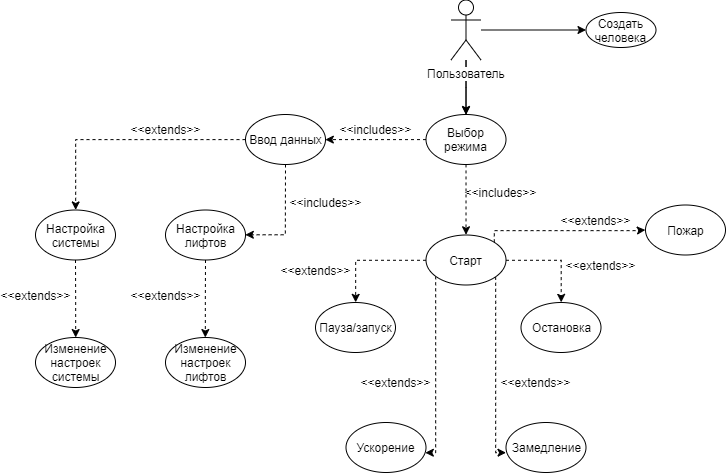
The draw.io diagram Use case.png in twad3n/Elevators, before a commit. Source tidied: cells renumbered, new cells last; positions are measured from the earlier drawing's top-left corner, leaving out a move shared by most shapes. Its diagram source:
```xml
<mxGraphModel>
  <root>
    <mxCell id="0" />
    <mxCell id="1" parent="0" />
    <mxCell id="2" style="edgeStyle=orthogonalEdgeStyle;rounded=0;jettySize=auto;html=1;" parent="1" edge="1" source="5">
      <mxGeometry relative="1" as="geometry">
        <mxPoint x="570.5" y="30.5" as="targetPoint" />
      </mxGeometry>
    </mxCell>
    <mxCell id="3" style="edgeStyle=orthogonalEdgeStyle;rounded=0;jettySize=auto;html=1;entryX=0.5;entryY=0;entryDx=0;entryDy=0;" parent="1" edge="1" source="5" target="19">
      <mxGeometry relative="1" as="geometry" />
    </mxCell>
    <mxCell id="4" style="edgeStyle=orthogonalEdgeStyle;rounded=0;jettySize=auto;html=1;" parent="1" edge="1" source="5" target="19">
      <mxGeometry relative="1" as="geometry" />
    </mxCell>
    <mxCell id="5" value="Пользователь" style="shape=umlActor;verticalLabelPosition=bottom;labelBackgroundColor=#ffffff;verticalAlign=top;html=1;outlineConnect=0;" parent="1" vertex="1">
      <mxGeometry x="435.5" y="0.5" width="30" height="60" as="geometry" />
    </mxCell>
    <mxCell id="6" value="Создать человека" style="ellipse;whiteSpace=wrap;html=1;" parent="1" vertex="1">
      <mxGeometry x="570.5" y="13" width="70" height="35" as="geometry" />
    </mxCell>
    <mxCell id="7" style="edgeStyle=orthogonalEdgeStyle;rounded=0;jettySize=auto;html=1;entryX=0;entryY=0.6;entryDx=0;entryDy=0;entryPerimeter=0;dashed=1;" parent="1" edge="1" source="12" target="15">
      <mxGeometry relative="1" as="geometry">
        <Array as="points">
          <mxPoint x="480" y="303" />
          <mxPoint x="480" y="303" />
        </Array>
      </mxGeometry>
    </mxCell>
    <mxCell id="8" style="edgeStyle=orthogonalEdgeStyle;rounded=0;jettySize=auto;html=1;entryX=0.5;entryY=0;entryDx=0;entryDy=0;dashed=1;" parent="1" edge="1" source="12" target="13">
      <mxGeometry relative="1" as="geometry">
        <Array as="points">
          <mxPoint x="340" y="260" />
        </Array>
      </mxGeometry>
    </mxCell>
    <mxCell id="9" style="edgeStyle=orthogonalEdgeStyle;rounded=0;jettySize=auto;html=1;entryX=0.5;entryY=0;entryDx=0;entryDy=0;dashed=1;" parent="1" edge="1" source="12" target="14">
      <mxGeometry relative="1" as="geometry">
        <Array as="points">
          <mxPoint x="545" y="260" />
        </Array>
      </mxGeometry>
    </mxCell>
    <mxCell id="10" style="edgeStyle=orthogonalEdgeStyle;rounded=0;jettySize=auto;html=1;exitX=1;exitY=0;exitDx=0;exitDy=0;entryX=0;entryY=0.5;entryDx=0;entryDy=0;dashed=1;" parent="1" edge="1" source="12" target="29">
      <mxGeometry relative="1" as="geometry">
        <Array as="points">
          <mxPoint x="479" y="231" />
          <mxPoint x="620" y="231" />
        </Array>
      </mxGeometry>
    </mxCell>
    <mxCell id="11" style="edgeStyle=orthogonalEdgeStyle;rounded=0;jettySize=auto;html=1;entryX=0.994;entryY=0.6;entryDx=0;entryDy=0;entryPerimeter=0;dashed=1;" parent="1" edge="1" source="12" target="16">
      <mxGeometry relative="1" as="geometry">
        <Array as="points">
          <mxPoint x="420" y="453" />
        </Array>
      </mxGeometry>
    </mxCell>
    <mxCell id="12" value="Старт" style="ellipse;whiteSpace=wrap;html=1;" parent="1" vertex="1">
      <mxGeometry x="410.5" y="235.5" width="80" height="50" as="geometry" />
    </mxCell>
    <mxCell id="13" value="Пауза/запуск" style="ellipse;whiteSpace=wrap;html=1;" parent="1" vertex="1">
      <mxGeometry x="300" y="303" width="80" height="50" as="geometry" />
    </mxCell>
    <mxCell id="14" value="Остановка" style="ellipse;whiteSpace=wrap;html=1;" parent="1" vertex="1">
      <mxGeometry x="505.5" y="303" width="80" height="50" as="geometry" />
    </mxCell>
    <mxCell id="15" value="Замедление" style="ellipse;whiteSpace=wrap;html=1;" parent="1" vertex="1">
      <mxGeometry x="490.5" y="423" width="80" height="50" as="geometry" />
    </mxCell>
    <mxCell id="16" value="Ускорение" style="ellipse;whiteSpace=wrap;html=1;" parent="1" vertex="1">
      <mxGeometry x="330.5" y="423" width="80" height="50" as="geometry" />
    </mxCell>
    <mxCell id="17" style="edgeStyle=orthogonalEdgeStyle;rounded=0;jettySize=auto;html=1;exitX=0.5;exitY=1;exitDx=0;exitDy=0;entryX=0.5;entryY=0;entryDx=0;entryDy=0;dashed=1;" parent="1" edge="1" source="19" target="12">
      <mxGeometry relative="1" as="geometry" />
    </mxCell>
    <mxCell id="18" style="edgeStyle=orthogonalEdgeStyle;rounded=0;jettySize=auto;html=1;entryX=1;entryY=0.5;entryDx=0;entryDy=0;dashed=1;" parent="1" edge="1" source="19" target="22">
      <mxGeometry relative="1" as="geometry" />
    </mxCell>
    <mxCell id="19" value="Выбор режима" style="ellipse;whiteSpace=wrap;html=1;" parent="1" vertex="1">
      <mxGeometry x="410.5" y="115" width="80" height="50" as="geometry" />
    </mxCell>
    <mxCell id="20" style="edgeStyle=orthogonalEdgeStyle;rounded=0;jettySize=auto;html=1;dashed=1;entryX=1;entryY=0.5;entryDx=0;entryDy=0;" parent="1" edge="1" source="22" target="33">
      <mxGeometry relative="1" as="geometry">
        <Array as="points">
          <mxPoint x="270" y="235" />
        </Array>
      </mxGeometry>
    </mxCell>
    <mxCell id="21" style="edgeStyle=orthogonalEdgeStyle;rounded=0;jettySize=auto;html=1;entryX=0.5;entryY=0;entryDx=0;entryDy=0;dashed=1;" parent="1" edge="1" source="22" target="35">
      <mxGeometry relative="1" as="geometry" />
    </mxCell>
    <mxCell id="22" value="Ввод данных" style="ellipse;whiteSpace=wrap;html=1;" parent="1" vertex="1">
      <mxGeometry x="230" y="115" width="80" height="50" as="geometry" />
    </mxCell>
    <mxCell id="23" value="&amp;lt;&amp;lt;includes&amp;gt;&amp;gt;" style="text;html=1;strokeColor=none;fillColor=none;align=center;verticalAlign=middle;whiteSpace=wrap;rounded=0;" parent="1" vertex="1">
      <mxGeometry x="340" y="120" width="40" height="20" as="geometry" />
    </mxCell>
    <mxCell id="24" value="&amp;lt;&amp;lt;extends&amp;gt;&amp;gt;" style="text;html=1;strokeColor=none;fillColor=none;align=center;verticalAlign=middle;whiteSpace=wrap;rounded=0;" parent="1" vertex="1">
      <mxGeometry x="565.5" y="255.5" width="40" height="20" as="geometry" />
    </mxCell>
    <mxCell id="25" value="&amp;lt;&amp;lt;extends&amp;gt;&amp;gt;" style="text;html=1;strokeColor=none;fillColor=none;align=center;verticalAlign=middle;whiteSpace=wrap;rounded=0;" parent="1" vertex="1">
      <mxGeometry x="280" y="260.5" width="40" height="20" as="geometry" />
    </mxCell>
    <mxCell id="26" value="&amp;lt;&amp;lt;extends&amp;gt;&amp;gt;" style="text;html=1;strokeColor=none;fillColor=none;align=center;verticalAlign=middle;whiteSpace=wrap;rounded=0;" parent="1" vertex="1">
      <mxGeometry x="360" y="373" width="40" height="20" as="geometry" />
    </mxCell>
    <mxCell id="27" value="&amp;lt;&amp;lt;extends&amp;gt;&amp;gt;" style="text;html=1;strokeColor=none;fillColor=none;align=center;verticalAlign=middle;whiteSpace=wrap;rounded=0;direction=west;" parent="1" vertex="1">
      <mxGeometry x="500" y="373" width="40" height="20" as="geometry" />
    </mxCell>
    <mxCell id="28" value="&amp;lt;&amp;lt;includes&amp;gt;&amp;gt;" style="text;html=1;strokeColor=none;fillColor=none;align=center;verticalAlign=middle;whiteSpace=wrap;rounded=0;" parent="1" vertex="1">
      <mxGeometry x="465.5" y="183" width="40" height="20" as="geometry" />
    </mxCell>
    <mxCell id="29" value="Пожар" style="ellipse;whiteSpace=wrap;html=1;" parent="1" vertex="1">
      <mxGeometry x="630" y="205.5" width="80" height="50" as="geometry" />
    </mxCell>
    <mxCell id="30" value="&amp;lt;&amp;lt;extends&amp;gt;&amp;gt;" style="text;html=1;strokeColor=none;fillColor=none;align=center;verticalAlign=middle;whiteSpace=wrap;rounded=0;" parent="1" vertex="1">
      <mxGeometry x="560" y="210.5" width="40" height="20" as="geometry" />
    </mxCell>
    <mxCell id="31" value="&amp;lt;&amp;lt;includes&amp;gt;&amp;gt;" style="text;html=1;strokeColor=none;fillColor=none;align=center;verticalAlign=middle;whiteSpace=wrap;rounded=0;" parent="1" vertex="1">
      <mxGeometry x="290" y="193" width="40" height="20" as="geometry" />
    </mxCell>
    <mxCell id="32" style="edgeStyle=orthogonalEdgeStyle;rounded=0;jettySize=auto;html=1;entryX=0.5;entryY=0;entryDx=0;entryDy=0;dashed=1;" parent="1" edge="1" source="33" target="38">
      <mxGeometry relative="1" as="geometry" />
    </mxCell>
    <mxCell id="33" value="Настройка лифтов" style="ellipse;whiteSpace=wrap;html=1;" parent="1" vertex="1">
      <mxGeometry x="150" y="210.5" width="80" height="50" as="geometry" />
    </mxCell>
    <mxCell id="34" style="edgeStyle=orthogonalEdgeStyle;rounded=0;jettySize=auto;html=1;entryX=0.5;entryY=0;entryDx=0;entryDy=0;dashed=1;" parent="1" edge="1" source="35" target="37">
      <mxGeometry relative="1" as="geometry" />
    </mxCell>
    <mxCell id="35" value="Настройка системы" style="ellipse;whiteSpace=wrap;html=1;" parent="1" vertex="1">
      <mxGeometry x="20" y="210.5" width="80" height="50" as="geometry" />
    </mxCell>
    <mxCell id="36" value="&amp;lt;&amp;lt;extends&amp;gt;&amp;gt;" style="text;html=1;strokeColor=none;fillColor=none;align=center;verticalAlign=middle;whiteSpace=wrap;rounded=0;" parent="1" vertex="1">
      <mxGeometry x="130" y="120" width="40" height="20" as="geometry" />
    </mxCell>
    <mxCell id="37" value="Изменение настроек системы" style="ellipse;whiteSpace=wrap;html=1;" parent="1" vertex="1">
      <mxGeometry x="20" y="338" width="80" height="50" as="geometry" />
    </mxCell>
    <mxCell id="38" value="Изменение настроек лифтов" style="ellipse;whiteSpace=wrap;html=1;" parent="1" vertex="1">
      <mxGeometry x="150" y="338" width="80" height="50" as="geometry" />
    </mxCell>
    <mxCell id="39" value="&amp;lt;&amp;lt;extends&amp;gt;&amp;gt;" style="text;html=1;strokeColor=none;fillColor=none;align=center;verticalAlign=middle;whiteSpace=wrap;rounded=0;" parent="1" vertex="1">
      <mxGeometry y="285.5" width="40" height="20" as="geometry" />
    </mxCell>
    <mxCell id="40" value="&amp;lt;&amp;lt;extends&amp;gt;&amp;gt;" style="text;html=1;strokeColor=none;fillColor=none;align=center;verticalAlign=middle;whiteSpace=wrap;rounded=0;" parent="1" vertex="1">
      <mxGeometry x="130" y="285.5" width="40" height="20" as="geometry" />
    </mxCell>
  </root>
</mxGraphModel>
```
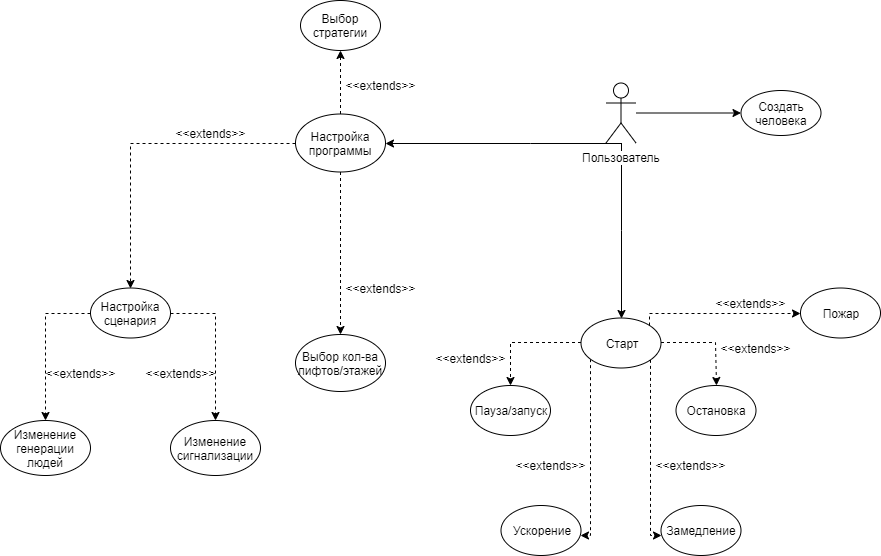
The same diagram one commit later.

The edit, as a diff of the source:
```diff
@@ -7,17 +7,22 @@
         <mxPoint x="570.5" y="30.5" as="targetPoint" />
       </mxGeometry>
     </mxCell>
-    <mxCell id="3" style="edgeStyle=orthogonalEdgeStyle;rounded=0;jettySize=auto;html=1;entryX=0.5;entryY=0;entryDx=0;entryDy=0;" parent="1" edge="1" source="5" target="19">
-      <mxGeometry relative="1" as="geometry" />
-    </mxCell>
-    <mxCell id="4" style="edgeStyle=orthogonalEdgeStyle;rounded=0;jettySize=auto;html=1;" parent="1" edge="1" source="5" target="19">
-      <mxGeometry relative="1" as="geometry" />
-    </mxCell>
+    <mxCell id="41" style="edgeStyle=orthogonalEdgeStyle;rounded=0;jettySize=auto;html=1;entryX=0.5;entryY=0;entryDx=0;entryDy=0;" parent="1" edge="1" source="5" target="12">
+      <mxGeometry relative="1" as="geometry" />
+    </mxCell>
+    <mxCell id="42" style="edgeStyle=orthogonalEdgeStyle;rounded=0;jettySize=auto;html=1;entryX=1;entryY=0.5;entryDx=0;entryDy=0;" parent="1" edge="1" source="5" target="22">
+      <mxGeometry relative="1" as="geometry">
+        <Array as="points">
+          <mxPoint x="360" y="61" />
+          <mxPoint x="360" y="61" />
+        </Array>
+      </mxGeometry>
+    </mxCell>
     <mxCell id="5" value="Пользователь" style="shape=umlActor;verticalLabelPosition=bottom;labelBackgroundColor=#ffffff;verticalAlign=top;html=1;outlineConnect=0;" parent="1" vertex="1">
       <mxGeometry x="435.5" y="0.5" width="30" height="60" as="geometry" />
     </mxCell>
     <mxCell id="6" value="Создать человека" style="ellipse;whiteSpace=wrap;html=1;" parent="1" vertex="1">
-      <mxGeometry x="570.5" y="13" width="70" height="35" as="geometry" />
+      <mxGeometry x="570.5" y="8" width="80" height="45" as="geometry" />
     </mxCell>
     <mxCell id="7" style="edgeStyle=orthogonalEdgeStyle;rounded=0;jettySize=auto;html=1;entryX=0;entryY=0.6;entryDx=0;entryDy=0;entryPerimeter=0;dashed=1;" parent="1" edge="1" source="12" target="15">
       <mxGeometry relative="1" as="geometry">
@@ -71,36 +76,26 @@
     <mxCell id="16" value="Ускорение" style="ellipse;whiteSpace=wrap;html=1;" parent="1" vertex="1">
       <mxGeometry x="330.5" y="423" width="80" height="50" as="geometry" />
     </mxCell>
-    <mxCell id="17" style="edgeStyle=orthogonalEdgeStyle;rounded=0;jettySize=auto;html=1;exitX=0.5;exitY=1;exitDx=0;exitDy=0;entryX=0.5;entryY=0;entryDx=0;entryDy=0;dashed=1;" parent="1" edge="1" source="19" target="12">
-      <mxGeometry relative="1" as="geometry" />
-    </mxCell>
-    <mxCell id="18" style="edgeStyle=orthogonalEdgeStyle;rounded=0;jettySize=auto;html=1;entryX=1;entryY=0.5;entryDx=0;entryDy=0;dashed=1;" parent="1" edge="1" source="19" target="22">
-      <mxGeometry relative="1" as="geometry" />
-    </mxCell>
-    <mxCell id="19" value="Выбор режима" style="ellipse;whiteSpace=wrap;html=1;" parent="1" vertex="1">
-      <mxGeometry x="410.5" y="115" width="80" height="50" as="geometry" />
-    </mxCell>
+    <mxCell id="21" style="edgeStyle=orthogonalEdgeStyle;rounded=0;jettySize=auto;html=1;entryX=0.5;entryY=0;entryDx=0;entryDy=0;dashed=1;" parent="1" edge="1" source="22" target="35">
+      <mxGeometry relative="1" as="geometry" />
+    </mxCell>
-    <mxCell id="20" style="edgeStyle=orthogonalEdgeStyle;rounded=0;jettySize=auto;html=1;dashed=1;entryX=1;entryY=0.5;entryDx=0;entryDy=0;" parent="1" edge="1" source="22" target="33">
-      <mxGeometry relative="1" as="geometry">
-        <Array as="points">
-          <mxPoint x="270" y="235" />
-        </Array>
-      </mxGeometry>
+    <mxCell id="20" style="edgeStyle=orthogonalEdgeStyle;rounded=0;jettySize=auto;html=1;entryX=0.5;entryY=0;entryDx=0;entryDy=0;dashed=1;" parent="1" edge="1" source="22" target="33">
+      <mxGeometry relative="1" as="geometry" />
     </mxCell>
-    <mxCell id="21" style="edgeStyle=orthogonalEdgeStyle;rounded=0;jettySize=auto;html=1;entryX=0.5;entryY=0;entryDx=0;entryDy=0;dashed=1;" parent="1" edge="1" source="22" target="35">
-      <mxGeometry relative="1" as="geometry" />
-    </mxCell>
+    <mxCell id="43" style="edgeStyle=orthogonalEdgeStyle;rounded=0;jettySize=auto;html=1;entryX=0.5;entryY=1;entryDx=0;entryDy=0;dashed=1;" parent="1" edge="1" source="22" target="46">
+      <mxGeometry relative="1" as="geometry" />
+    </mxCell>
-    <mxCell id="22" value="Ввод данных" style="ellipse;whiteSpace=wrap;html=1;" parent="1" vertex="1">
-      <mxGeometry x="230" y="115" width="80" height="50" as="geometry" />
+    <mxCell id="22" value="Настройка программы" style="ellipse;whiteSpace=wrap;html=1;" parent="1" vertex="1">
+      <mxGeometry x="125" y="31.5" width="90" height="58" as="geometry" />
     </mxCell>
-    <mxCell id="23" value="&amp;lt;&amp;lt;includes&amp;gt;&amp;gt;" style="text;html=1;strokeColor=none;fillColor=none;align=center;verticalAlign=middle;whiteSpace=wrap;rounded=0;" parent="1" vertex="1">
-      <mxGeometry x="340" y="120" width="40" height="20" as="geometry" />
+    <mxCell id="23" value="&amp;lt;&amp;lt;extends&amp;gt;&amp;gt;" style="text;html=1;strokeColor=none;fillColor=none;align=center;verticalAlign=middle;whiteSpace=wrap;rounded=0;" parent="1" vertex="1">
+      <mxGeometry x="190" y="-7" width="40" height="20" as="geometry" />
     </mxCell>
     <mxCell id="24" value="&amp;lt;&amp;lt;extends&amp;gt;&amp;gt;" style="text;html=1;strokeColor=none;fillColor=none;align=center;verticalAlign=middle;whiteSpace=wrap;rounded=0;" parent="1" vertex="1">
       <mxGeometry x="565.5" y="255.5" width="40" height="20" as="geometry" />
     </mxCell>
     <mxCell id="25" value="&amp;lt;&amp;lt;extends&amp;gt;&amp;gt;" style="text;html=1;strokeColor=none;fillColor=none;align=center;verticalAlign=middle;whiteSpace=wrap;rounded=0;" parent="1" vertex="1">
-      <mxGeometry x="280" y="260.5" width="40" height="20" as="geometry" />
+      <mxGeometry x="280" y="265.5" width="40" height="20" as="geometry" />
     </mxCell>
     <mxCell id="26" value="&amp;lt;&amp;lt;extends&amp;gt;&amp;gt;" style="text;html=1;strokeColor=none;fillColor=none;align=center;verticalAlign=middle;whiteSpace=wrap;rounded=0;" parent="1" vertex="1">
       <mxGeometry x="360" y="373" width="40" height="20" as="geometry" />
@@ -108,44 +103,52 @@
     <mxCell id="27" value="&amp;lt;&amp;lt;extends&amp;gt;&amp;gt;" style="text;html=1;strokeColor=none;fillColor=none;align=center;verticalAlign=middle;whiteSpace=wrap;rounded=0;direction=west;" parent="1" vertex="1">
       <mxGeometry x="500" y="373" width="40" height="20" as="geometry" />
     </mxCell>
-    <mxCell id="28" value="&amp;lt;&amp;lt;includes&amp;gt;&amp;gt;" style="text;html=1;strokeColor=none;fillColor=none;align=center;verticalAlign=middle;whiteSpace=wrap;rounded=0;" parent="1" vertex="1">
-      <mxGeometry x="465.5" y="183" width="40" height="20" as="geometry" />
-    </mxCell>
     <mxCell id="29" value="Пожар" style="ellipse;whiteSpace=wrap;html=1;" parent="1" vertex="1">
       <mxGeometry x="630" y="205.5" width="80" height="50" as="geometry" />
     </mxCell>
     <mxCell id="30" value="&amp;lt;&amp;lt;extends&amp;gt;&amp;gt;" style="text;html=1;strokeColor=none;fillColor=none;align=center;verticalAlign=middle;whiteSpace=wrap;rounded=0;" parent="1" vertex="1">
       <mxGeometry x="560" y="210.5" width="40" height="20" as="geometry" />
     </mxCell>
-    <mxCell id="31" value="&amp;lt;&amp;lt;includes&amp;gt;&amp;gt;" style="text;html=1;strokeColor=none;fillColor=none;align=center;verticalAlign=middle;whiteSpace=wrap;rounded=0;" parent="1" vertex="1">
-      <mxGeometry x="290" y="193" width="40" height="20" as="geometry" />
+    <mxCell id="31" value="&amp;lt;&amp;lt;extends&amp;gt;&amp;gt;" style="text;html=1;strokeColor=none;fillColor=none;align=center;verticalAlign=middle;whiteSpace=wrap;rounded=0;" parent="1" vertex="1">
+      <mxGeometry x="190" y="195.5" width="40" height="20" as="geometry" />
     </mxCell>
-    <mxCell id="32" style="edgeStyle=orthogonalEdgeStyle;rounded=0;jettySize=auto;html=1;entryX=0.5;entryY=0;entryDx=0;entryDy=0;dashed=1;" parent="1" edge="1" source="33" target="38">
-      <mxGeometry relative="1" as="geometry" />
-    </mxCell>
-    <mxCell id="33" value="Настройка лифтов" style="ellipse;whiteSpace=wrap;html=1;" parent="1" vertex="1">
-      <mxGeometry x="150" y="210.5" width="80" height="50" as="geometry" />
+    <mxCell id="33" value="Выбор кол-ва лифтов/этажей" style="ellipse;whiteSpace=wrap;html=1;" parent="1" vertex="1">
+      <mxGeometry x="125" y="252" width="90" height="57" as="geometry" />
     </mxCell>
     <mxCell id="34" style="edgeStyle=orthogonalEdgeStyle;rounded=0;jettySize=auto;html=1;entryX=0.5;entryY=0;entryDx=0;entryDy=0;dashed=1;" parent="1" edge="1" source="35" target="37">
-      <mxGeometry relative="1" as="geometry" />
+      <mxGeometry relative="1" as="geometry">
+        <Array as="points">
+          <mxPoint x="-125" y="231" />
+        </Array>
+      </mxGeometry>
     </mxCell>
+    <mxCell id="44" style="edgeStyle=orthogonalEdgeStyle;rounded=0;jettySize=auto;html=1;entryX=0.5;entryY=0;entryDx=0;entryDy=0;dashed=1;" parent="1" edge="1" source="35" target="45">
+      <mxGeometry relative="1" as="geometry">
+        <Array as="points">
+          <mxPoint x="45" y="231" />
+        </Array>
+      </mxGeometry>
+    </mxCell>
-    <mxCell id="35" value="Настройка системы" style="ellipse;whiteSpace=wrap;html=1;" parent="1" vertex="1">
-      <mxGeometry x="20" y="210.5" width="80" height="50" as="geometry" />
+    <mxCell id="35" value="Настройка сценария" style="ellipse;whiteSpace=wrap;html=1;" parent="1" vertex="1">
+      <mxGeometry x="-80" y="205.5" width="80" height="50" as="geometry" />
     </mxCell>
     <mxCell id="36" value="&amp;lt;&amp;lt;extends&amp;gt;&amp;gt;" style="text;html=1;strokeColor=none;fillColor=none;align=center;verticalAlign=middle;whiteSpace=wrap;rounded=0;" parent="1" vertex="1">
-      <mxGeometry x="130" y="120" width="40" height="20" as="geometry" />
+      <mxGeometry x="20" y="40.5" width="40" height="20" as="geometry" />
     </mxCell>
-    <mxCell id="37" value="Изменение настроек системы" style="ellipse;whiteSpace=wrap;html=1;" parent="1" vertex="1">
-      <mxGeometry x="20" y="338" width="80" height="50" as="geometry" />
+    <mxCell id="37" value="Изменение генерации людей" style="ellipse;whiteSpace=wrap;html=1;" parent="1" vertex="1">
+      <mxGeometry x="-170" y="338" width="90" height="55" as="geometry" />
     </mxCell>
-    <mxCell id="38" value="Изменение настроек лифтов" style="ellipse;whiteSpace=wrap;html=1;" parent="1" vertex="1">
-      <mxGeometry x="150" y="338" width="80" height="50" as="geometry" />
-    </mxCell>
     <mxCell id="39" value="&amp;lt;&amp;lt;extends&amp;gt;&amp;gt;" style="text;html=1;strokeColor=none;fillColor=none;align=center;verticalAlign=middle;whiteSpace=wrap;rounded=0;" parent="1" vertex="1">
-      <mxGeometry y="285.5" width="40" height="20" as="geometry" />
+      <mxGeometry x="-10" y="280.5" width="40" height="20" as="geometry" />
     </mxCell>
+    <mxCell id="45" value="Изменение сигнализации" style="ellipse;whiteSpace=wrap;html=1;" parent="1" vertex="1">
+      <mxGeometry y="338" width="90" height="55" as="geometry" />
+    </mxCell>
     <mxCell id="40" value="&amp;lt;&amp;lt;extends&amp;gt;&amp;gt;" style="text;html=1;strokeColor=none;fillColor=none;align=center;verticalAlign=middle;whiteSpace=wrap;rounded=0;" parent="1" vertex="1">
-      <mxGeometry x="130" y="285.5" width="40" height="20" as="geometry" />
+      <mxGeometry x="-110" y="280.5" width="40" height="20" as="geometry" />
     </mxCell>
+    <mxCell id="46" value="Выбор стратегии" style="ellipse;whiteSpace=wrap;html=1;" parent="1" vertex="1">
+      <mxGeometry x="130" y="-82" width="80" height="50" as="geometry" />
+    </mxCell>
   </root>
 </mxGraphModel>
```
